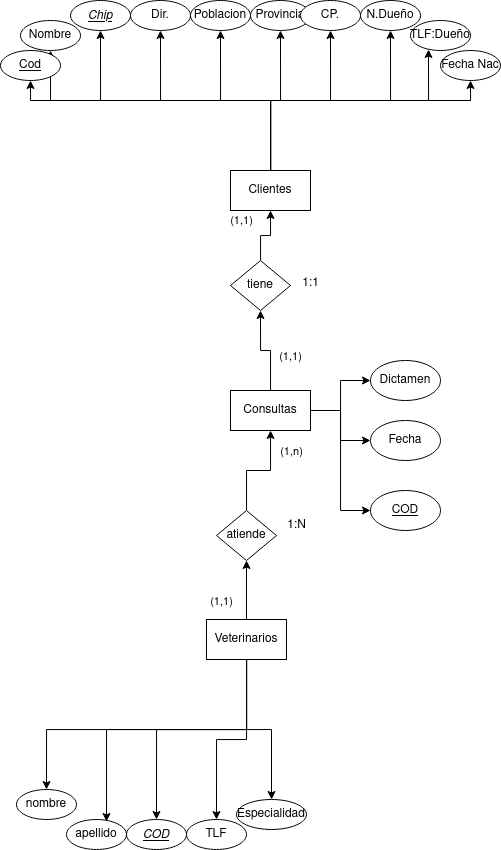
Before: Ejercicios/images/Diagrama_BAE_E4.drawio.png, a diagram exported from draw.io (adogonz23/BAE). Source tidied: cells renumbered, new cells last; positions are measured from the earlier drawing's top-left corner, leaving out a move shared by most shapes.
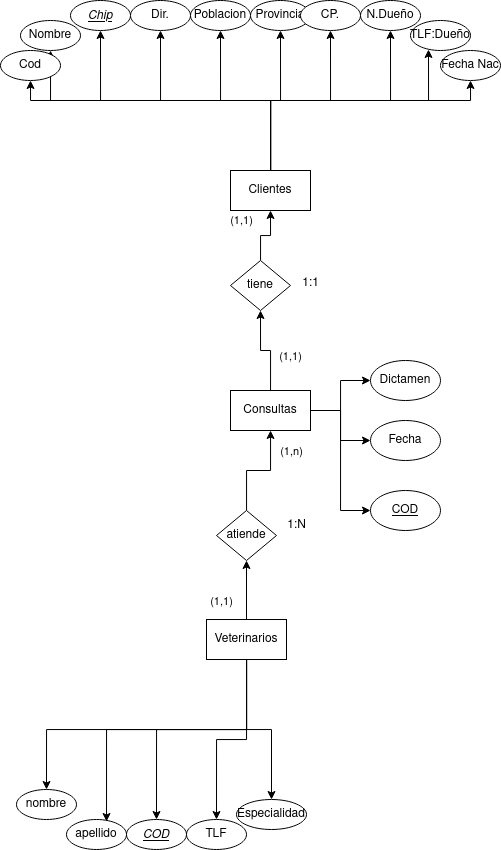
Above is the later version.

Change to the diagram source:
```diff
@@ -137,7 +137,7 @@
     <mxCell id="30" value="tiene" style="rhombus;whiteSpace=wrap;html=1;" parent="1" vertex="1">
       <mxGeometry x="230" y="260" width="60" height="50" as="geometry" />
     </mxCell>
-    <mxCell id="31" value="&lt;u&gt;Cod&lt;/u&gt;" style="ellipse;whiteSpace=wrap;html=1;" parent="1" vertex="1">
+    <mxCell id="31" value="Cod" style="ellipse;whiteSpace=wrap;html=1;" parent="1" vertex="1">
       <mxGeometry y="50" width="60" height="30" as="geometry" />
     </mxCell>
     <mxCell id="32" value="Provincia" style="ellipse;whiteSpace=wrap;html=1;" parent="1" vertex="1">
```
